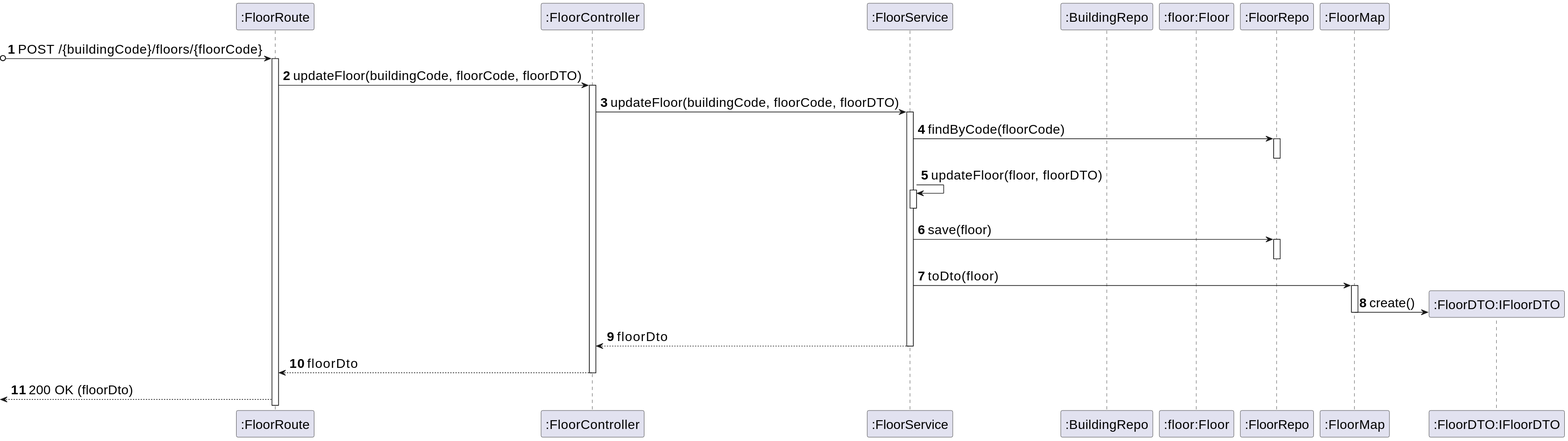
This is _wiki/sprint-a/us06-200/views/level-3/assets/process-view.svg from miseEnPlace-dev/lapr5, a PlantUML export, as it was before one commit.
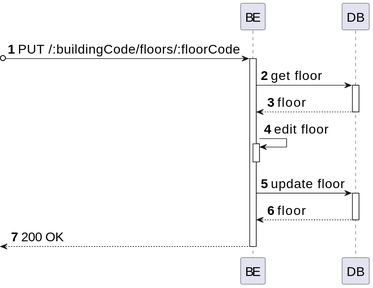
After the change.

What changed in the source:
```diff
@@ -1,37 +1,25 @@
 @startuml
 skinparamlocked defaultFontSize 20
 autonumber
-participant route as ":FloorRoute"
-participant controller as ":FloorController"
-participant service as ":FloorService"
-participant building_repo as ":BuildingRepo"
-participant floor as ":floor:Floor"
-participant floor_repo as ":FloorRepo"
-participant map as ":FloorMap"
-participant floor_dto as ":FloorDTO:IFloorDTO"
+participant BE as "BE"
+participant DB as "DB"
 
-?o-> route : POST /{buildingCode}/floors/{floorCode}
-activate route
-route -> controller : updateFloor(buildingCode, floorCode, floorDTO)
-activate controller
-controller -> service : updateFloor(buildingCode, floorCode, floorDTO)
-activate service
-service -> floor_repo : findByCode(floorCode)
-activate floor_repo
-deactivate floor_repo
-service -> service : updateFloor(floor, floorDTO)
-activate service
-deactivate service
-service -> floor_repo : save(floor)
-activate floor_repo
-deactivate floor_repo
-service -> map : toDto(floor)
-activate map
-map -> floor_dto** : create()
-deactivate map
-service --> controller : floorDto
-deactivate service
-controller --> route : floorDto
-deactivate controller
-<-- route : 200 OK (floorDto)
+?o-> BE : PUT /:buildingCode/floors/:floorCode
+activate BE
+
+BE -> DB : get floor
+activate DB
+DB --> BE : floor
+deactivate DB
+
+BE -> BE : edit floor
+activate BE
+deactivate BE
+BE -> DB : update floor
+activate DB
+DB --> BE : floor
+deactivate DB
+
+<-- BE : 200 OK
+deactivate BE
 @enduml
```
